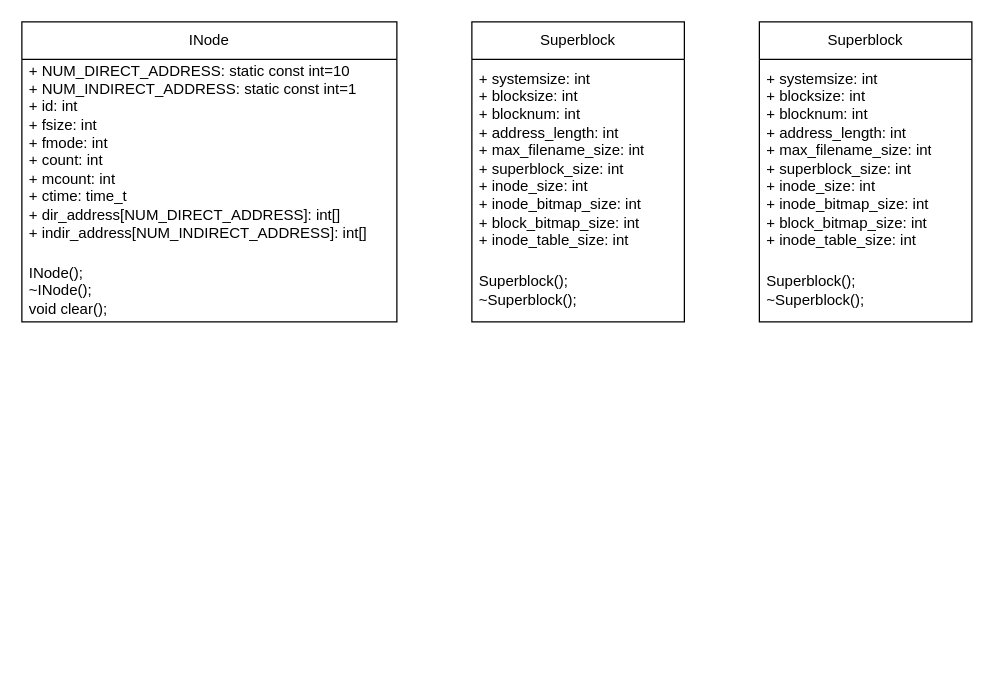
Above: Class Diagram.drawio in MinkunZhao/SE_lab1 (draw.io), before the change. Source tidied: cells renumbered, new cells numbered last; positions are measured from the earlier drawing's top-left corner, leaving out a move shared by most shapes. Both pictures are drawn from the tidied source at 125%, with x=0, y=0 at pixel (21, 21).
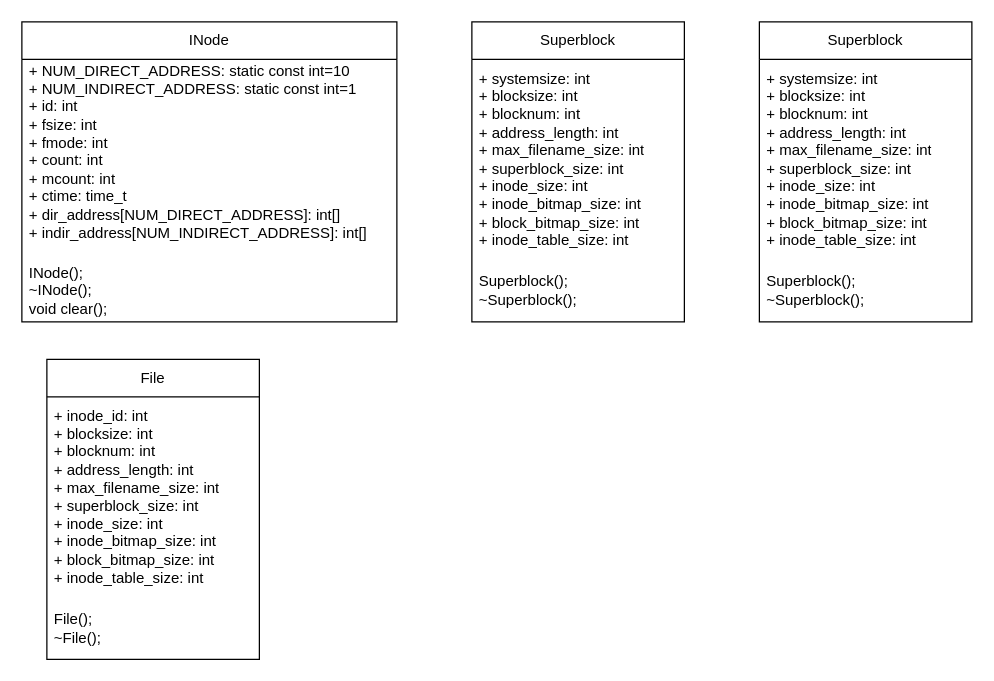
The same diagram, later.

Change to the diagram source:
```diff
@@
 <mxGraphModel>
   <root>
     <mxCell id="0" />
     <mxCell id="1" parent="0" />
     <mxCell id="2" value="INode" style="swimlane;fontStyle=0;horizontal=1;startSize=30;whiteSpace=wrap;html=1;" parent="1" vertex="1">
       <mxGeometry width="300" height="240" as="geometry" />
     </mxCell>
     <mxCell id="3" value="+ NUM_DIRECT_ADDRESS:&amp;nbsp;static const int=10&lt;br&gt;+ NUM_INDIRECT_ADDRESS:&amp;nbsp;static const int=1&lt;br&gt;&lt;div&gt;+ id: int&lt;/div&gt;&lt;div&gt;&lt;span style=&quot;background-color: initial;&quot;&gt;+ fsize: int&lt;/span&gt;&lt;/div&gt;&lt;div&gt;+ fmode: int&lt;/div&gt;&lt;div&gt;+ count: int&lt;/div&gt;&lt;div&gt;+ mcount: int&lt;/div&gt;&lt;div&gt;&lt;span style=&quot;background-color: initial;&quot;&gt;+ ctime: time_t&lt;/span&gt;&lt;/div&gt;&lt;div&gt;&lt;span style=&quot;background-color: initial;&quot;&gt;+ dir_address[NUM_DIRECT_ADDRESS]: int[]&lt;/span&gt;&lt;/div&gt;&lt;div&gt;+ indir_address[NUM_INDIRECT_ADDRESS]: int[]&lt;/div&gt;&lt;div&gt;&lt;br&gt;&lt;/div&gt;" style="text;strokeColor=none;fillColor=none;align=left;verticalAlign=middle;spacingLeft=4;spacingRight=4;overflow=hidden;whiteSpace=wrap;html=1;" parent="2" vertex="1">
       <mxGeometry y="30" width="300" height="160" as="geometry" />
     </mxCell>
     <mxCell id="4" value="INode();&lt;div&gt;~INode();&lt;/div&gt;&lt;div&gt;void clear();&lt;/div&gt;" style="text;strokeColor=none;fillColor=none;align=left;verticalAlign=middle;spacingLeft=4;spacingRight=4;overflow=hidden;whiteSpace=wrap;html=1;" parent="2" vertex="1">
       <mxGeometry y="190" width="300" height="50" as="geometry" />
     </mxCell>
     <mxCell id="5" value="Superblock" style="swimlane;fontStyle=0;horizontal=1;startSize=30;whiteSpace=wrap;html=1;" parent="1" vertex="1">
       <mxGeometry x="360" width="170" height="240" as="geometry" />
     </mxCell>
     <mxCell id="6" value="+ systemsize: int&lt;br&gt;&lt;div&gt;+ blocksize: int&lt;/div&gt;&lt;div&gt;+ blocknum: int&lt;/div&gt;&lt;div&gt;+ address_length: int&lt;/div&gt;&lt;div&gt;+ max_filename_size: int&lt;/div&gt;&lt;div&gt;+ superblock_size: int&lt;/div&gt;&lt;div&gt;+ inode_size: int&lt;/div&gt;&lt;div&gt;+ inode_bitmap_size: int&lt;/div&gt;&lt;div&gt;+ block_bitmap_size: int&lt;/div&gt;&lt;div&gt;+ inode_table_size: int&lt;/div&gt;" style="text;strokeColor=none;fillColor=none;align=left;verticalAlign=middle;spacingLeft=4;spacingRight=4;overflow=hidden;whiteSpace=wrap;html=1;" parent="5" vertex="1">
       <mxGeometry y="30" width="170" height="160" as="geometry" />
     </mxCell>
     <mxCell id="7" value="&lt;div&gt;Superblock();&lt;/div&gt;&lt;div&gt;~Superblock();&lt;/div&gt;" style="text;strokeColor=none;fillColor=none;align=left;verticalAlign=middle;spacingLeft=4;spacingRight=4;overflow=hidden;whiteSpace=wrap;html=1;" parent="5" vertex="1">
       <mxGeometry y="190" width="170" height="50" as="geometry" />
     </mxCell>
     <mxCell id="8" value="Superblock" style="swimlane;fontStyle=0;horizontal=1;startSize=30;whiteSpace=wrap;html=1;" parent="1" vertex="1">
       <mxGeometry x="590" width="170" height="240" as="geometry" />
     </mxCell>
     <mxCell id="9" value="+ systemsize: int&lt;br&gt;&lt;div&gt;+ blocksize: int&lt;/div&gt;&lt;div&gt;+ blocknum: int&lt;/div&gt;&lt;div&gt;+ address_length: int&lt;/div&gt;&lt;div&gt;+ max_filename_size: int&lt;/div&gt;&lt;div&gt;+ superblock_size: int&lt;/div&gt;&lt;div&gt;+ inode_size: int&lt;/div&gt;&lt;div&gt;+ inode_bitmap_size: int&lt;/div&gt;&lt;div&gt;+ block_bitmap_size: int&lt;/div&gt;&lt;div&gt;+ inode_table_size: int&lt;/div&gt;" style="text;strokeColor=none;fillColor=none;align=left;verticalAlign=middle;spacingLeft=4;spacingRight=4;overflow=hidden;whiteSpace=wrap;html=1;" parent="8" vertex="1">
       <mxGeometry y="30" width="170" height="160" as="geometry" />
     </mxCell>
     <mxCell id="10" value="&lt;div&gt;Superblock();&lt;/div&gt;&lt;div&gt;~Superblock();&lt;/div&gt;" style="text;strokeColor=none;fillColor=none;align=left;verticalAlign=middle;spacingLeft=4;spacingRight=4;overflow=hidden;whiteSpace=wrap;html=1;" parent="8" vertex="1">
       <mxGeometry y="190" width="170" height="50" as="geometry" />
     </mxCell>
+    <mxCell id="11" value="File" style="swimlane;fontStyle=0;horizontal=1;startSize=30;whiteSpace=wrap;html=1;" parent="1" vertex="1">
+      <mxGeometry x="20" y="270" width="170" height="240" as="geometry" />
+    </mxCell>
+    <mxCell id="12" value="+ inode_id: int&lt;br&gt;&lt;div&gt;+ blocksize: int&lt;/div&gt;&lt;div&gt;+ blocknum: int&lt;/div&gt;&lt;div&gt;+ address_length: int&lt;/div&gt;&lt;div&gt;+ max_filename_size: int&lt;/div&gt;&lt;div&gt;+ superblock_size: int&lt;/div&gt;&lt;div&gt;+ inode_size: int&lt;/div&gt;&lt;div&gt;+ inode_bitmap_size: int&lt;/div&gt;&lt;div&gt;+ block_bitmap_size: int&lt;/div&gt;&lt;div&gt;+ inode_table_size: int&lt;/div&gt;" style="text;strokeColor=none;fillColor=none;align=left;verticalAlign=middle;spacingLeft=4;spacingRight=4;overflow=hidden;whiteSpace=wrap;html=1;" parent="11" vertex="1">
+      <mxGeometry y="30" width="170" height="160" as="geometry" />
+    </mxCell>
+    <mxCell id="13" value="&lt;div&gt;File();&lt;/div&gt;&lt;div&gt;~File();&lt;/div&gt;" style="text;strokeColor=none;fillColor=none;align=left;verticalAlign=middle;spacingLeft=4;spacingRight=4;overflow=hidden;whiteSpace=wrap;html=1;" parent="11" vertex="1">
+      <mxGeometry y="190" width="170" height="50" as="geometry" />
+    </mxCell>
   </root>
 </mxGraphModel>
```
